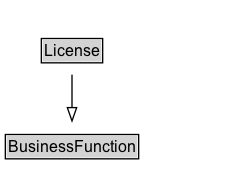
k-vaughn/ontology-import-gr keeps this Graphviz diagram as docs/diagrams/License.dot.png. Above is the earlier version. Its source is kept beside it as docs/diagrams/License.dot. Its diagram source:
```dot
digraph {
	graph [overlap=false rankdir=TB splines=true]
	node [fontname=Arial fontsize=12 margin=0 shape=none]
	edge [fontname=Arial fontsize=11]
	License [label=<<TABLE BORDER="1" CELLBORDER="0" CELLSPACING="0" CELLPADDING="1"><TR><TD BGCOLOR="lightgray" ALIGN="CENTER">License</TD></TR></TABLE>> URL="../License" margin=0]
	{
		rank=max
	}
	subgraph cluster_associated {
		label="" style=invis
		Invis [label=<<TABLE BORDER="0" CELLBORDER="0" CELLSPACING="0" CELLPADDING="1"><TR><TD></TD></TR></TABLE>> margin=0 style=invis]
	}
	BusinessFunction [label=<<TABLE BORDER="1" CELLBORDER="0" CELLSPACING="0" CELLPADDING="1"><TR><TD BGCOLOR="lightgray" ALIGN="CENTER">BusinessFunction</TD></TR></TABLE>> URL="../BusinessFunction" margin=0]
	License -> BusinessFunction [arrowhead=onormal style=solid]
}
```
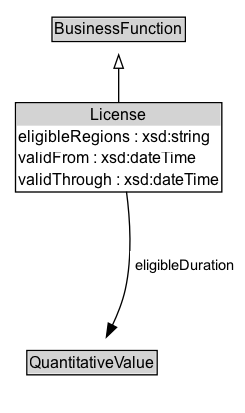
After the change.

The edit, as a diff of the source:
```diff
@@ -2,14 +2,22 @@
 	graph [overlap=false rankdir=TB splines=true]
 	node [fontname=Arial fontsize=12 margin=0 shape=none]
 	edge [fontname=Arial fontsize=11]
-	License [label=<<TABLE BORDER="1" CELLBORDER="0" CELLSPACING="0" CELLPADDING="1"><TR><TD BGCOLOR="lightgray" ALIGN="CENTER">License</TD></TR></TABLE>> URL="../License" margin=0]
+	{
+		rank=source
+		BusinessFunction [label=<<TABLE BORDER="1" CELLBORDER="0" CELLSPACING="0" CELLPADDING="1"><TR><TD BGCOLOR="lightgray" ALIGN="CENTER">BusinessFunction</TD></TR></TABLE>> URL="../BusinessFunction" margin=0]
+	}
+	License [label=<<TABLE BORDER="1" CELLBORDER="0" CELLSPACING="0" CELLPADDING="1"><TR><TD BGCOLOR="lightgray" ALIGN="CENTER">License</TD></TR><TR><TD ALIGN="LEFT">eligibleRegions : xsd:string</TD></TR><TR><TD ALIGN="LEFT">validFrom : xsd:dateTime</TD></TR><TR><TD ALIGN="LEFT">validThrough : xsd:dateTime</TD></TR></TABLE>> URL="../License" margin=0]
 	{
 		rank=max
 	}
 	subgraph cluster_associated {
 		label="" style=invis
 		Invis [label=<<TABLE BORDER="0" CELLBORDER="0" CELLSPACING="0" CELLPADDING="1"><TR><TD></TD></TR></TABLE>> margin=0 style=invis]
+		QuantitativeValue [label=<<TABLE BORDER="1" CELLBORDER="0" CELLSPACING="0" CELLPADDING="1"><TR><TD BGCOLOR="lightgray" ALIGN="CENTER">QuantitativeValue</TD></TR></TABLE>> URL="../QuantitativeValue" margin=0]
 	}
-	BusinessFunction [label=<<TABLE BORDER="1" CELLBORDER="0" CELLSPACING="0" CELLPADDING="1"><TR><TD BGCOLOR="lightgray" ALIGN="CENTER">BusinessFunction</TD></TR></TABLE>> URL="../BusinessFunction" margin=0]
 	License -> BusinessFunction [arrowhead=onormal style=solid]
+	License -> Invis [style=invis]
+	Invis -> QuantitativeValue [style=invis]
+	QuantitativeValue [label=<<TABLE BORDER="1" CELLBORDER="0" CELLSPACING="0" CELLPADDING="1"><TR><TD BGCOLOR="lightgray" ALIGN="CENTER">QuantitativeValue</TD></TR></TABLE>> URL="../QuantitativeValue" margin=0]
+	License -> QuantitativeValue [label=<<TABLE BORDER="0" CELLBORDER="0" CELLSPACING="0" CELLPADDING="4" BGCOLOR="white"><TR><TD ALIGN="CENTER">eligibleDuration</TD></TR></TABLE>> arrowhead=normal style=solid]
 }
```
